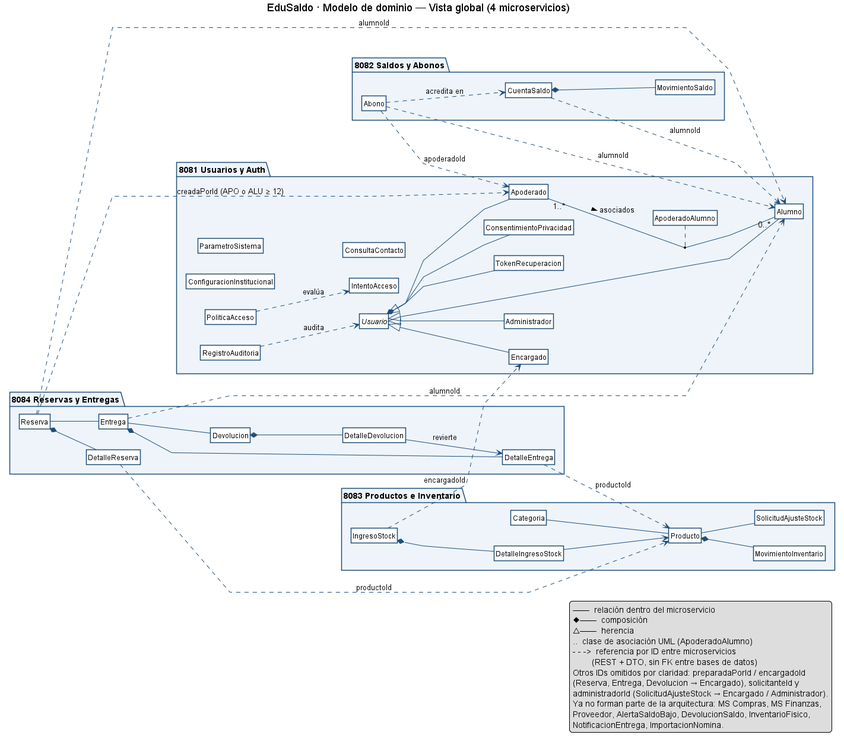
Before: docs/00_vista_global.png, a diagram exported from PlantUML (antoniojarasanchez/edusaldo-api-gateway).
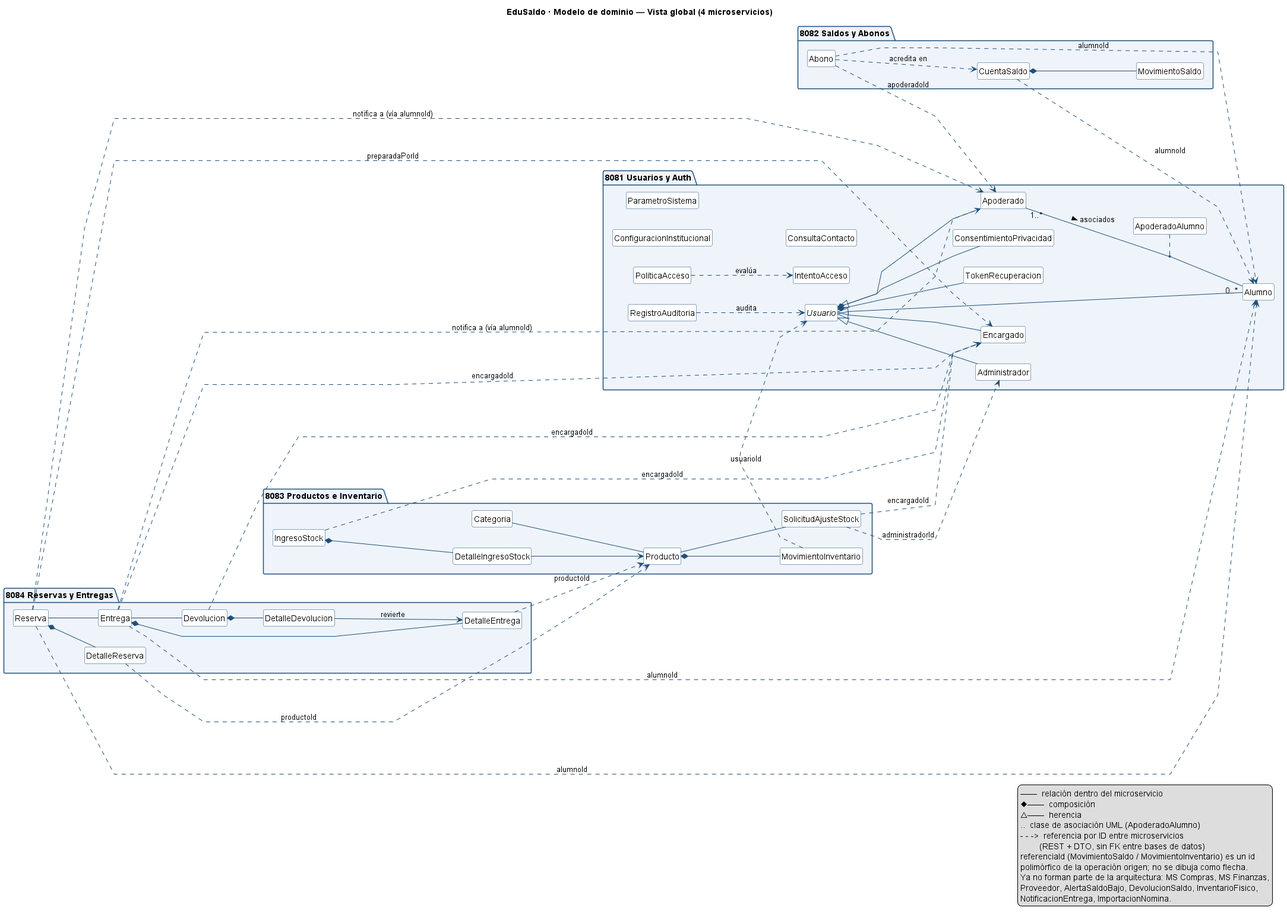
The same diagram one commit later.

Commit message:
docs(global): actualizar diagrama de vista global

What changed in the source:
```diff
@@ -85,11 +85,18 @@
 Abono ..> Apoderado : apoderadoId
 Abono ..> Alumno : alumnoId
 Reserva ..> Alumno : alumnoId
-Reserva ..> Apoderado : creadaPorId (APO o ALU ≥ 12)
+Reserva ..> Apoderado : notifica a (vía alumnoId)
 Entrega ..> Alumno : alumnoId
+Entrega ..> Apoderado : notifica a (vía alumnoId)
 DetalleReserva ..> Producto : productoId
 DetalleEntrega ..> Producto : productoId
 IngresoStock ..> Encargado : encargadoId
+Reserva ..> Encargado : preparadaPorId
+Entrega ..> Encargado : encargadoId
+Devolucion ..> Encargado : encargadoId
+SolicitudAjusteStock ..> Encargado : encargadoId
+SolicitudAjusteStock ..> Administrador : administradorId
+MovimientoInventario ..> Usuario : usuarioId
 
 legend right
   ——  relación dentro del microservicio
@@ -98,9 +105,8 @@
   ..  clase de asociación UML (ApoderadoAlumno)
   - - ->  referencia por ID entre microservicios
           (REST + DTO, sin FK entre bases de datos)
-  Otros IDs omitidos por claridad: preparadaPorId / encargadoId
-  (Reserva, Entrega, Devolucion → Encargado), solicitanteId y
-  administradorId (SolicitudAjusteStock → Encargado / Administrador).
+  referenciaId (MovimientoSaldo / MovimientoInventario) es un id
+  polimórfico de la operación origen; no se dibuja como flecha.
   Ya no forman parte de la arquitectura: MS Compras, MS Finanzas,
   Proveedor, AlertaSaldoBajo, DevolucionSaldo, InventarioFisico,
   NotificacionEntrega, ImportacionNomina.
```
